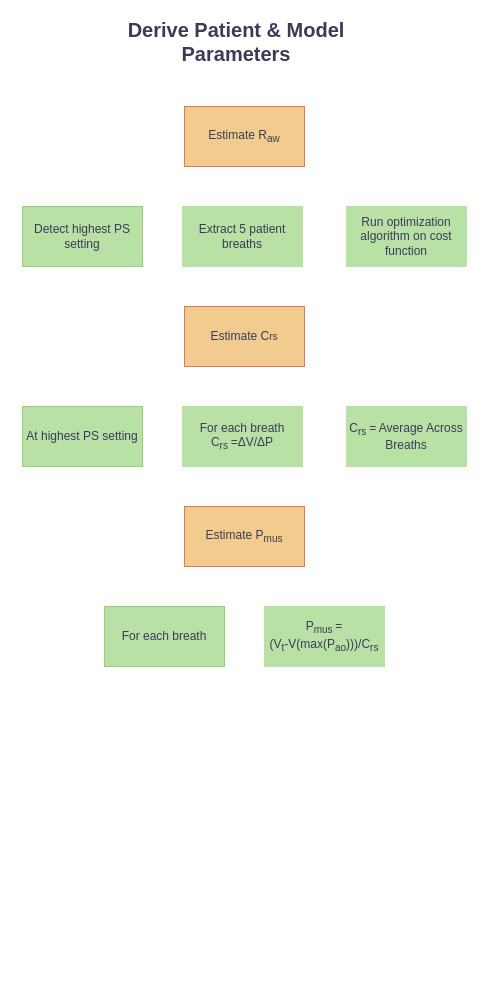
The draw.io diagram Figurer/Derive_Parameters.drawio in lleuch18/Speciale, before the edit. Source tidied: cells renumbered, new cells numbered last; positions are measured from the earlier drawing's top-left corner, leaving out a move shared by most shapes. Both pictures are drawn from the tidied source at 100%, with x=0, y=0 at pixel (22, 26).
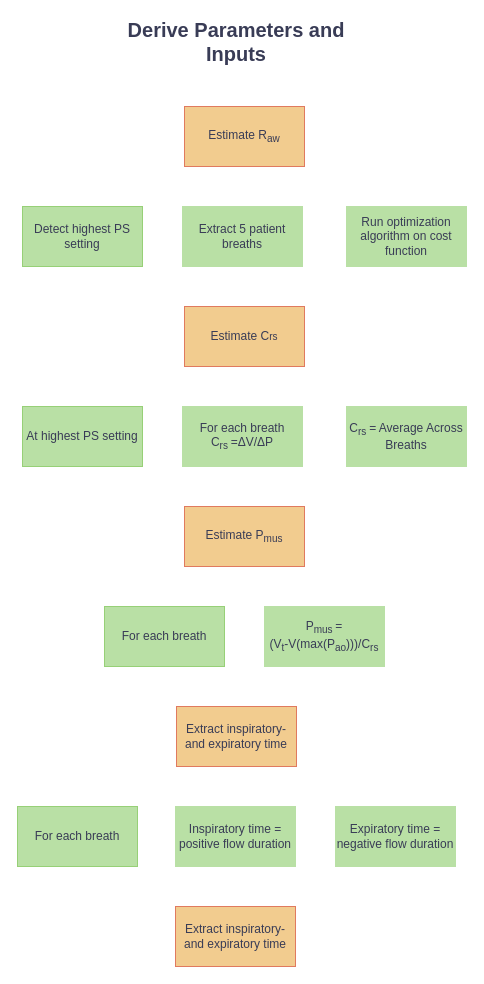
The same diagram, later.

What changed in the source:
```diff
@@
 <mxGraphModel>
   <root>
     <mxCell id="0" />
     <mxCell id="1" parent="0" />
-    <mxCell id="2" value="&lt;b&gt;Derive Patient &amp;amp; Model Parameters&lt;/b&gt;" style="text;html=1;strokeColor=none;fillColor=none;align=center;verticalAlign=middle;whiteSpace=wrap;rounded=0;fontSize=20;labelBackgroundColor=none;fontColor=#393C56;" parent="1" vertex="1">
+    <mxCell id="2" value="&lt;b&gt;Derive Parameters and Inputs&lt;/b&gt;" style="text;html=1;strokeColor=none;fillColor=none;align=center;verticalAlign=middle;whiteSpace=wrap;rounded=0;fontSize=20;labelBackgroundColor=none;fontColor=#393C56;" parent="1" vertex="1">
       <mxGeometry x="104" width="220" height="30" as="geometry" />
     </mxCell>
     <mxCell id="3" value="Estimate R&lt;sub&gt;aw&lt;/sub&gt;" style="rounded=0;whiteSpace=wrap;html=1;labelBackgroundColor=none;fillColor=#F2CC8F;strokeColor=#E07A5F;fontColor=#393C56;" parent="1" vertex="1">
       <mxGeometry x="162" y="80" width="120" height="60" as="geometry" />
     </mxCell>
     <mxCell id="4" value="Detect highest PS setting" style="rounded=0;whiteSpace=wrap;html=1;strokeColor=#97D077;fontColor=#393C56;fillColor=#B9E0A5;" parent="1" vertex="1">
       <mxGeometry y="180" width="120" height="60" as="geometry" />
     </mxCell>
     <mxCell id="5" value="Extract 5 patient breaths" style="rounded=0;whiteSpace=wrap;html=1;strokeColor=#B9E0A5;fontColor=#393C56;fillColor=#B9E0A5;" parent="1" vertex="1">
       <mxGeometry x="160" y="180" width="120" height="60" as="geometry" />
     </mxCell>
     <mxCell id="6" value="Run optimization algorithm on cost function" style="rounded=0;whiteSpace=wrap;html=1;strokeColor=#B9E0A5;fontColor=#393C56;fillColor=#B9E0A5;" parent="1" vertex="1">
       <mxGeometry x="324" y="180" width="120" height="60" as="geometry" />
     </mxCell>
     <mxCell id="7" value="Estimate C&lt;span style=&quot;font-size: 10px;&quot;&gt;rs&lt;/span&gt;" style="rounded=0;whiteSpace=wrap;html=1;labelBackgroundColor=none;fillColor=#F2CC8F;strokeColor=#E07A5F;fontColor=#393C56;" parent="1" vertex="1">
       <mxGeometry x="162" y="280" width="120" height="60" as="geometry" />
     </mxCell>
     <mxCell id="8" value="At highest PS setting" style="rounded=0;whiteSpace=wrap;html=1;strokeColor=#97D077;fontColor=#393C56;fillColor=#B9E0A5;" parent="1" vertex="1">
       <mxGeometry y="380" width="120" height="60" as="geometry" />
     </mxCell>
     <mxCell id="9" value="For each breath&lt;br&gt;C&lt;sub style=&quot;border-color: var(--border-color);&quot;&gt;rs&amp;nbsp;&lt;/sub&gt;=ΔV/ΔP" style="rounded=0;whiteSpace=wrap;html=1;strokeColor=#B9E0A5;fontColor=#393C56;fillColor=#B9E0A5;" parent="1" vertex="1">
       <mxGeometry x="160" y="380" width="120" height="60" as="geometry" />
     </mxCell>
     <mxCell id="10" value="C&lt;sub&gt;rs &lt;/sub&gt;= Average Across Breaths" style="rounded=0;whiteSpace=wrap;html=1;strokeColor=#B9E0A5;fontColor=#393C56;fillColor=#B9E0A5;" parent="1" vertex="1">
       <mxGeometry x="324" y="380" width="120" height="60" as="geometry" />
     </mxCell>
     <mxCell id="11" value="Estimate P&lt;sub&gt;mus&lt;/sub&gt;" style="rounded=0;whiteSpace=wrap;html=1;labelBackgroundColor=none;fillColor=#F2CC8F;strokeColor=#E07A5F;fontColor=#393C56;" parent="1" vertex="1">
       <mxGeometry x="162" y="480" width="120" height="60" as="geometry" />
     </mxCell>
     <mxCell id="12" value="For each breath" style="rounded=0;whiteSpace=wrap;html=1;strokeColor=#97D077;fontColor=#393C56;fillColor=#B9E0A5;" parent="1" vertex="1">
       <mxGeometry x="82" y="580" width="120" height="60" as="geometry" />
     </mxCell>
     <mxCell id="13" value="P&lt;sub&gt;mus &lt;/sub&gt;= &lt;br&gt;(V&lt;sub&gt;t&lt;/sub&gt;-V(max(P&lt;sub&gt;ao&lt;/sub&gt;)))/C&lt;sub&gt;rs&lt;/sub&gt;" style="rounded=0;whiteSpace=wrap;html=1;strokeColor=#B9E0A5;fontColor=#393C56;fillColor=#B9E0A5;" parent="1" vertex="1">
       <mxGeometry x="242" y="580" width="120" height="60" as="geometry" />
     </mxCell>
+    <mxCell id="14" value="Extract inspiratory- and expiratory time" style="rounded=0;whiteSpace=wrap;html=1;labelBackgroundColor=none;fillColor=#F2CC8F;strokeColor=#E07A5F;fontColor=#393C56;" parent="1" vertex="1">
+      <mxGeometry x="154" y="680" width="120" height="60" as="geometry" />
+    </mxCell>
+    <mxCell id="15" value="For each breath" style="rounded=0;whiteSpace=wrap;html=1;strokeColor=#97D077;fontColor=#393C56;fillColor=#B9E0A5;" parent="1" vertex="1">
+      <mxGeometry x="-5" y="780" width="120" height="60" as="geometry" />
+    </mxCell>
+    <mxCell id="16" value="Inspiratory time = positive flow duration" style="rounded=0;whiteSpace=wrap;html=1;strokeColor=#B9E0A5;fontColor=#393C56;fillColor=#B9E0A5;" parent="1" vertex="1">
+      <mxGeometry x="153" y="780" width="120" height="60" as="geometry" />
+    </mxCell>
+    <mxCell id="17" value="Expiratory time = negative flow duration" style="rounded=0;whiteSpace=wrap;html=1;strokeColor=#B9E0A5;fontColor=#393C56;fillColor=#B9E0A5;" parent="1" vertex="1">
+      <mxGeometry x="313" y="780" width="120" height="60" as="geometry" />
+    </mxCell>
+    <mxCell id="18" value="Extract inspiratory- and expiratory time" style="rounded=0;whiteSpace=wrap;html=1;labelBackgroundColor=none;fillColor=#F2CC8F;strokeColor=#E07A5F;fontColor=#393C56;" parent="1" vertex="1">
+      <mxGeometry x="153" y="880" width="120" height="60" as="geometry" />
+    </mxCell>
   </root>
 </mxGraphModel>
```
